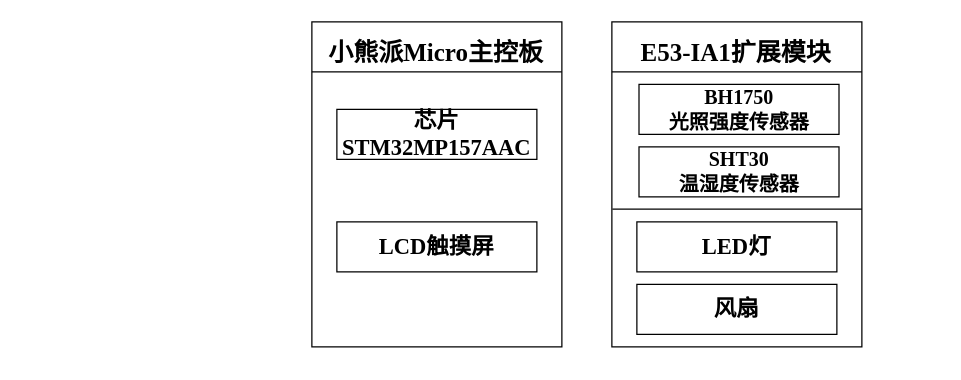
Earlier version of the draw.io diagram 5.硬件整体图.drawio (GaoXiaoLon/DrawIO). Source tidied: cells renumbered, new cells numbered last; positions are measured from the earlier drawing's top-left corner, leaving out a move shared by most shapes. Both pictures are drawn from the tidied source at 125%, with x=0, y=0 at pixel (311, 21).
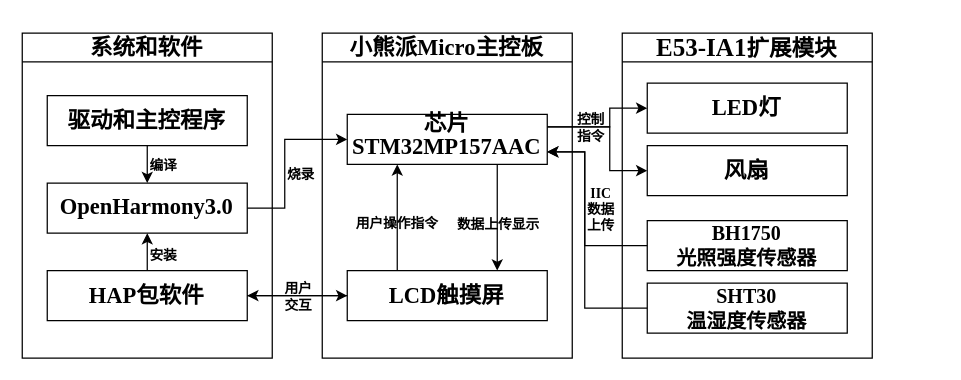
The same diagram, later.

Commit message (it also covers changes not shown here):
更新5.硬件整体图.drawio

The edit, as a diff of the source:
```diff
@@
-    <mxCell id="2" style="rounded=0;whiteSpace=wrap;html=1;fontStyle=1;fillColor=none;" parent="1" vertex="1">
-      <mxGeometry width="200" height="260" as="geometry" />
-    </mxCell>
-    <mxCell id="3" value="&lt;span style=&quot;font-family: 宋体; font-size: 20px; font-weight: 700;&quot;&gt;小熊派&lt;/span&gt;&lt;span style=&quot;font-size: 20px; font-weight: 700;&quot;&gt;&lt;font face=&quot;Times New Roman&quot;&gt;Micro&lt;/font&gt;&lt;/span&gt;&lt;span style=&quot;font-family: 宋体; font-size: 20px; font-weight: 700;&quot;&gt;主控板&lt;/span&gt;" style="text;html=1;align=center;verticalAlign=middle;whiteSpace=wrap;rounded=0;" parent="1" vertex="1">
-      <mxGeometry x="8.3" y="9" width="183.3" height="30" as="geometry" />
+    <mxCell id="3" value="&lt;font style=&quot;font-size: 18px;&quot;&gt;&lt;span style=&quot;font-family: 宋体;&quot;&gt;小熊派&lt;/span&gt;&lt;font style=&quot;font-size: 18px;&quot; face=&quot;Times New Roman&quot;&gt;Micro&lt;/font&gt;&lt;span style=&quot;font-family: 宋体;&quot;&gt;主控板&lt;/span&gt;&lt;/font&gt;" style="swimlane;whiteSpace=wrap;html=1;" parent="1" vertex="1">
+      <mxGeometry x="8.3" y="9" width="200" height="260" as="geometry" />
     </mxCell>
+    <mxCell id="17" style="edgeStyle=orthogonalEdgeStyle;rounded=0;jettySize=auto;html=1;exitX=0.75;exitY=1;exitDx=0;exitDy=0;entryX=0.75;entryY=0;entryDx=0;entryDy=0;" parent="3" edge="1" source="4" target="5">
+      <mxGeometry relative="1" as="geometry" />
+    </mxCell>
+    <mxCell id="18" value="数据上传显示" style="edgeLabel;html=1;align=center;verticalAlign=middle;labelBackgroundColor=none;fontFamily=宋体;fontStyle=1;" parent="17" vertex="1">
+      <mxGeometry x="0.12" y="1" relative="1" as="geometry">
+        <mxPoint x="-1" y="-1" as="offset" />
+      </mxGeometry>
+    </mxCell>
-    <mxCell id="4" value="&lt;div&gt;&lt;span lang=&quot;EN-US&quot; style=&quot;&quot;&gt;&lt;font face=&quot;宋体&quot; style=&quot;font-size: 18px;&quot;&gt;芯片&lt;/font&gt;&lt;/span&gt;&lt;/div&gt;&lt;span lang=&quot;EN-US&quot; style=&quot;&quot;&gt;&lt;font face=&quot;Times New Roman&quot; style=&quot;font-size: 18px;&quot;&gt;STM32MP157AAC&lt;/font&gt;&lt;/span&gt;" style="rounded=0;whiteSpace=wrap;html=1;fontStyle=1;" parent="1" vertex="1">
-      <mxGeometry x="20" y="70" width="160" height="40" as="geometry" />
+    <mxCell id="4" value="&lt;div style=&quot;line-height: 90%;&quot;&gt;&lt;span lang=&quot;EN-US&quot; style=&quot;&quot;&gt;&lt;font face=&quot;宋体&quot; style=&quot;font-size: 18px;&quot;&gt;芯片&lt;/font&gt;&lt;/span&gt;&lt;/div&gt;&lt;span lang=&quot;EN-US&quot; style=&quot;&quot;&gt;&lt;font face=&quot;Times New Roman&quot; style=&quot;font-size: 18px;&quot;&gt;STM32MP157AAC&lt;/font&gt;&lt;/span&gt;" style="rounded=0;whiteSpace=wrap;html=1;fontStyle=1;fillColor=none;" parent="3" vertex="1">
+      <mxGeometry x="20" y="65" width="160" height="40" as="geometry" />
     </mxCell>
+    <mxCell id="19" style="edgeStyle=orthogonalEdgeStyle;rounded=0;jettySize=auto;html=1;exitX=0.25;exitY=0;exitDx=0;exitDy=0;entryX=0.25;entryY=1;entryDx=0;entryDy=0;" parent="3" edge="1" source="5" target="4">
+      <mxGeometry relative="1" as="geometry" />
+    </mxCell>
+    <mxCell id="20" value="用户操作指令" style="edgeLabel;html=1;align=center;verticalAlign=middle;labelBackgroundColor=none;fontFamily=宋体;fontStyle=1;" parent="19" vertex="1">
+      <mxGeometry x="-0.08" relative="1" as="geometry">
+        <mxPoint x="-1" as="offset" />
+      </mxGeometry>
+    </mxCell>
-    <mxCell id="5" value="&lt;font style=&quot;font-size: 18px;&quot;&gt;&lt;font face=&quot;Times New Roman&quot;&gt;LCD&lt;/font&gt;&lt;font face=&quot;宋体&quot;&gt;触摸屏&lt;/font&gt;&lt;/font&gt;" style="rounded=0;whiteSpace=wrap;html=1;fontStyle=1;" parent="1" vertex="1">
-      <mxGeometry x="20" y="160" width="160" height="40" as="geometry" />
+    <mxCell id="5" value="&lt;font style=&quot;font-size: 18px;&quot;&gt;&lt;font face=&quot;Times New Roman&quot;&gt;LCD&lt;/font&gt;&lt;font face=&quot;宋体&quot;&gt;触摸屏&lt;/font&gt;&lt;/font&gt;" style="rounded=0;whiteSpace=wrap;html=1;fontStyle=1;fillColor=none;" parent="3" vertex="1">
+      <mxGeometry x="20" y="190" width="160" height="40" as="geometry" />
     </mxCell>
+    <mxCell id="13" value="&lt;b style=&quot;font-size: 20px;&quot;&gt;&lt;font face=&quot;Times New Roman&quot;&gt;E53-IA1&lt;/font&gt;&lt;font style=&quot;font-size: 18px;&quot; face=&quot;宋体&quot;&gt;扩展模块&lt;/font&gt;&lt;/b&gt;" style="swimlane;whiteSpace=wrap;html=1;startSize=23;" parent="1" vertex="1">
+      <mxGeometry x="248.3" y="9" width="200" height="260" as="geometry" />
+    </mxCell>
-    <mxCell id="6" value="&lt;span style=&quot;font-size:12.0pt;font-family:&lt;br/&gt;&amp;quot;Times New Roman&amp;quot;,serif;mso-fareast-font-family:宋体;mso-bidi-theme-font:minor-bidi;&lt;br/&gt;mso-ansi-language:EN-US;mso-fareast-language:ZH-CN;mso-bidi-language:AR-SA&quot; lang=&quot;EN-US&quot;&gt;&lt;font face=&quot;Times New Roman&quot;&gt;SHT30&lt;/font&gt;&lt;/span&gt;&lt;div&gt;&lt;span style=&quot;font-size:12.0pt;font-family:宋体;mso-ascii-font-family:&amp;quot;Times New Roman&amp;quot;;&lt;br/&gt;mso-hansi-font-family:&amp;quot;Times New Roman&amp;quot;;mso-bidi-font-family:&amp;quot;Times New Roman&amp;quot;;&lt;br/&gt;mso-bidi-theme-font:minor-bidi;mso-ansi-language:EN-US;mso-fareast-language:&lt;br/&gt;ZH-CN;mso-bidi-language:AR-SA&quot;&gt;温湿度传感器&lt;/span&gt;&lt;/div&gt;" style="rounded=0;whiteSpace=wrap;html=1;fontStyle=1;" parent="1" vertex="1">
-      <mxGeometry x="261.7" y="100" width="160" height="40" as="geometry" />
+    <mxCell id="6" value="&lt;span style=&quot;font-size:12.0pt;font-family:&lt;br/&gt;&amp;quot;Times New Roman&amp;quot;,serif;mso-fareast-font-family:宋体;mso-bidi-theme-font:minor-bidi;&lt;br/&gt;mso-ansi-language:EN-US;mso-fareast-language:ZH-CN;mso-bidi-language:AR-SA&quot; lang=&quot;EN-US&quot;&gt;&lt;font face=&quot;Times New Roman&quot;&gt;SHT30&lt;/font&gt;&lt;/span&gt;&lt;div&gt;&lt;span style=&quot;font-size:12.0pt;font-family:宋体;mso-ascii-font-family:&amp;quot;Times New Roman&amp;quot;;&lt;br/&gt;mso-hansi-font-family:&amp;quot;Times New Roman&amp;quot;;mso-bidi-font-family:&amp;quot;Times New Roman&amp;quot;;&lt;br/&gt;mso-bidi-theme-font:minor-bidi;mso-ansi-language:EN-US;mso-fareast-language:&lt;br/&gt;ZH-CN;mso-bidi-language:AR-SA&quot;&gt;温湿度传感器&lt;/span&gt;&lt;/div&gt;" style="rounded=0;whiteSpace=wrap;html=1;fontStyle=1;fillColor=none;" parent="13" vertex="1">
+      <mxGeometry x="20" y="200" width="160" height="40" as="geometry" />
     </mxCell>
-    <mxCell id="7" value="&lt;span style=&quot;font-size: 12pt;&quot; lang=&quot;EN-US&quot;&gt;&lt;font face=&quot;Times New Roman&quot;&gt;BH1750&lt;/font&gt;&lt;/span&gt;&lt;div&gt;&lt;span style=&quot;font-size:12.0pt;font-family:宋体;mso-ascii-font-family:&amp;quot;Times New Roman&amp;quot;;&lt;br/&gt;mso-hansi-font-family:&amp;quot;Times New Roman&amp;quot;;mso-bidi-font-family:&amp;quot;Times New Roman&amp;quot;;&lt;br/&gt;mso-bidi-theme-font:minor-bidi;mso-ansi-language:EN-US;mso-fareast-language:&lt;br/&gt;ZH-CN;mso-bidi-language:AR-SA&quot;&gt;光照强度传感器&lt;/span&gt;&lt;br&gt;&lt;/div&gt;" style="rounded=0;whiteSpace=wrap;html=1;fontStyle=1;" parent="1" vertex="1">
-      <mxGeometry x="261.7" y="50" width="160" height="40" as="geometry" />
+    <mxCell id="7" value="&lt;span style=&quot;font-size: 12pt;&quot; lang=&quot;EN-US&quot;&gt;&lt;font face=&quot;Times New Roman&quot;&gt;BH1750&lt;/font&gt;&lt;/span&gt;&lt;div&gt;&lt;span style=&quot;font-size:12.0pt;font-family:宋体;mso-ascii-font-family:&amp;quot;Times New Roman&amp;quot;;&lt;br/&gt;mso-hansi-font-family:&amp;quot;Times New Roman&amp;quot;;mso-bidi-font-family:&amp;quot;Times New Roman&amp;quot;;&lt;br/&gt;mso-bidi-theme-font:minor-bidi;mso-ansi-language:EN-US;mso-fareast-language:&lt;br/&gt;ZH-CN;mso-bidi-language:AR-SA&quot;&gt;光照强度传感器&lt;/span&gt;&lt;br&gt;&lt;/div&gt;" style="rounded=0;whiteSpace=wrap;html=1;fontStyle=1;fillColor=none;" parent="13" vertex="1">
+      <mxGeometry x="20" y="150" width="160" height="40" as="geometry" />
     </mxCell>
-    <mxCell id="8" value="&lt;font style=&quot;font-size: 18px;&quot; face=&quot;Times New Roman&quot;&gt;LED&lt;/font&gt;&lt;font style=&quot;font-size: 18px;&quot; face=&quot;宋体&quot;&gt;灯&lt;/font&gt;" style="rounded=0;whiteSpace=wrap;html=1;fontStyle=1;" parent="1" vertex="1">
-      <mxGeometry x="260" y="160" width="160" height="40" as="geometry" />
+    <mxCell id="8" value="&lt;font style=&quot;font-size: 18px;&quot; face=&quot;Times New Roman&quot;&gt;LED&lt;/font&gt;&lt;font style=&quot;font-size: 18px;&quot; face=&quot;宋体&quot;&gt;灯&lt;/font&gt;" style="rounded=0;whiteSpace=wrap;html=1;fontStyle=1;fillColor=none;" parent="13" vertex="1">
+      <mxGeometry x="20" y="40" width="160" height="40" as="geometry" />
     </mxCell>
-    <mxCell id="9" value="&lt;span style=&quot;font-size: 18px;&quot;&gt;&lt;font face=&quot;宋体&quot;&gt;风扇&lt;/font&gt;&lt;/span&gt;" style="rounded=0;whiteSpace=wrap;html=1;fontStyle=1;" parent="1" vertex="1">
-      <mxGeometry x="260" y="210" width="160" height="40" as="geometry" />
+    <mxCell id="9" value="&lt;span style=&quot;font-size: 18px;&quot;&gt;&lt;font face=&quot;宋体&quot;&gt;风扇&lt;/font&gt;&lt;/span&gt;" style="rounded=0;whiteSpace=wrap;html=1;fontStyle=1;fillColor=none;" parent="13" vertex="1">
+      <mxGeometry x="20" y="90" width="160" height="40" as="geometry" />
     </mxCell>
-    <mxCell id="10" style="group;" parent="1" vertex="1">
-      <mxGeometry x="240" width="261.7" height="260" as="geometry" />
-    </mxCell>
-    <mxCell id="11" style="group;" parent="10" vertex="1">
-      <mxGeometry width="261.7" height="260" as="geometry" />
-    </mxCell>
-    <mxCell id="12" style="endArrow=none;html=1;rounded=0;entryX=1;entryY=0.576;entryDx=0;entryDy=0;entryPerimeter=0;exitX=0.002;exitY=0.576;exitDx=0;exitDy=0;exitPerimeter=0;" parent="11" edge="1">
-      <mxGeometry relative="1" as="geometry">
-        <mxPoint y="40" as="sourcePoint" />
-        <mxPoint x="200" y="40" as="targetPoint" />
-      </mxGeometry>
-    </mxCell>
-    <mxCell id="13" value="&lt;span style=&quot;font-size: 20px;&quot;&gt;&lt;b style=&quot;&quot;&gt;&lt;font face=&quot;Times New Roman&quot;&gt;E53-IA1&lt;/font&gt;&lt;font face=&quot;宋体&quot;&gt;扩展模块&lt;/font&gt;&lt;/b&gt;&lt;/span&gt;" style="text;html=1;align=center;verticalAlign=middle;whiteSpace=wrap;rounded=0;" parent="11" vertex="1">
-      <mxGeometry x="8.3" y="9" width="183.3" height="30" as="geometry" />
-    </mxCell>
-    <mxCell id="14" style="rounded=0;whiteSpace=wrap;html=1;fontStyle=1;fillColor=none;" parent="11" vertex="1">
-      <mxGeometry width="200" height="260" as="geometry" />
-    </mxCell>
-    <mxCell id="15" style="endArrow=none;html=1;rounded=0;entryX=1;entryY=0.576;entryDx=0;entryDy=0;entryPerimeter=0;exitX=0.002;exitY=0.576;exitDx=0;exitDy=0;exitPerimeter=0;" parent="11" edge="1" source="14" target="14">
-      <mxGeometry relative="1" as="geometry" />
-    </mxCell>
-    <mxCell id="16" style="endArrow=none;html=1;rounded=0;entryX=1;entryY=0.576;entryDx=0;entryDy=0;entryPerimeter=0;exitX=0.002;exitY=0.576;exitDx=0;exitDy=0;exitPerimeter=0;" parent="1" edge="1">
-      <mxGeometry relative="1" as="geometry">
-        <mxPoint y="40" as="sourcePoint" />
-        <mxPoint x="200" y="40" as="targetPoint" />
-      </mxGeometry>
-    </mxCell>
+    <mxCell id="21" value="&lt;font style=&quot;font-size: 18px;&quot; face=&quot;宋体&quot;&gt;系统和软件&lt;/font&gt;" style="swimlane;whiteSpace=wrap;html=1;" parent="1" vertex="1">
+      <mxGeometry x="-231.7" y="9" width="200" height="260" as="geometry" />
+    </mxCell>
+    <mxCell id="22" value="&lt;div style=&quot;line-height: 90%;&quot;&gt;&lt;span style=&quot;font-size: 18px;&quot;&gt;&lt;font face=&quot;Times New Roman&quot;&gt;OpenHarmony3.0&lt;/font&gt;&lt;/span&gt;&lt;/div&gt;" style="rounded=0;whiteSpace=wrap;html=1;fontStyle=1;fillColor=none;" parent="21" vertex="1">
+      <mxGeometry x="20" y="120" width="160" height="40" as="geometry" />
+    </mxCell>
+    <mxCell id="23" style="edgeStyle=orthogonalEdgeStyle;rounded=0;jettySize=auto;html=1;exitX=0.5;exitY=0;exitDx=0;exitDy=0;entryX=0.5;entryY=1;entryDx=0;entryDy=0;" parent="21" edge="1" source="25" target="22">
+      <mxGeometry relative="1" as="geometry" />
+    </mxCell>
+    <mxCell id="24" value="安装" style="edgeLabel;html=1;align=center;verticalAlign=middle;labelBackgroundColor=none;fontFamily=宋体;fontStyle=1;" parent="23" vertex="1">
+      <mxGeometry x="-0.18" y="-2" relative="1" as="geometry">
+        <mxPoint x="10" y="-1" as="offset" />
+      </mxGeometry>
+    </mxCell>
+    <mxCell id="25" value="&lt;span style=&quot;font-size: 18px;&quot;&gt;&lt;font face=&quot;Times New Roman&quot;&gt;HAP&lt;/font&gt;&lt;font face=&quot;宋体&quot;&gt;包软件&lt;/font&gt;&lt;/span&gt;" style="rounded=0;whiteSpace=wrap;html=1;fontStyle=1;fillColor=none;" parent="21" vertex="1">
+      <mxGeometry x="20" y="190" width="160" height="40" as="geometry" />
+    </mxCell>
+    <mxCell id="26" style="edgeStyle=orthogonalEdgeStyle;rounded=0;jettySize=auto;html=1;exitX=0.5;exitY=1;exitDx=0;exitDy=0;entryX=0.5;entryY=0;entryDx=0;entryDy=0;" parent="21" edge="1" source="28" target="22">
+      <mxGeometry relative="1" as="geometry" />
+    </mxCell>
+    <mxCell id="27" value="编译" style="edgeLabel;html=1;align=center;verticalAlign=middle;labelBackgroundColor=none;fontFamily=宋体;fontStyle=1;" parent="26" vertex="1">
+      <mxGeometry x="-0.16" y="-1" relative="1" as="geometry">
+        <mxPoint x="13" y="2" as="offset" />
+      </mxGeometry>
+    </mxCell>
+    <mxCell id="28" value="&lt;span style=&quot;font-size: 18px;&quot;&gt;&lt;font face=&quot;宋体&quot;&gt;驱动和主控程序&lt;/font&gt;&lt;/span&gt;" style="rounded=0;whiteSpace=wrap;html=1;fontStyle=1;fillColor=none;" parent="21" vertex="1">
+      <mxGeometry x="20" y="50" width="160" height="40" as="geometry" />
+    </mxCell>
+    <mxCell id="29" style="edgeStyle=orthogonalEdgeStyle;rounded=0;jettySize=auto;html=1;exitX=1;exitY=0.5;exitDx=0;exitDy=0;entryX=0;entryY=0.5;entryDx=0;entryDy=0;" parent="1" edge="1" source="22" target="4">
+      <mxGeometry relative="1" as="geometry">
+        <Array as="points">
+          <mxPoint x="-21.7" y="149" />
+          <mxPoint x="-21.7" y="94" />
+        </Array>
+      </mxGeometry>
+    </mxCell>
+    <mxCell id="30" value="烧录" style="edgeLabel;html=1;align=center;verticalAlign=middle;labelBackgroundColor=none;fontFamily=宋体;fontStyle=1;" parent="29" vertex="1">
+      <mxGeometry x="-0.06" y="1" relative="1" as="geometry">
+        <mxPoint x="13" y="6" as="offset" />
+      </mxGeometry>
+    </mxCell>
+    <mxCell id="31" style="edgeStyle=orthogonalEdgeStyle;rounded=0;jettySize=auto;html=1;exitX=0;exitY=0.5;exitDx=0;exitDy=0;entryX=1;entryY=0.75;entryDx=0;entryDy=0;" parent="1" edge="1" source="7" target="4">
+      <mxGeometry relative="1" as="geometry">
+        <Array as="points">
+          <mxPoint x="218.3" y="179" />
+          <mxPoint x="218.3" y="104" />
+        </Array>
+      </mxGeometry>
+    </mxCell>
+    <mxCell id="32" style="edgeStyle=orthogonalEdgeStyle;rounded=0;jettySize=auto;html=1;exitX=1;exitY=0.25;exitDx=0;exitDy=0;entryX=0;entryY=0.5;entryDx=0;entryDy=0;" parent="1" edge="1" source="4" target="8">
+      <mxGeometry relative="1" as="geometry">
+        <Array as="points">
+          <mxPoint x="238.3" y="84" />
+          <mxPoint x="238.3" y="69" />
+        </Array>
+      </mxGeometry>
+    </mxCell>
+    <mxCell id="33" style="edgeStyle=orthogonalEdgeStyle;rounded=0;jettySize=auto;html=1;exitX=1;exitY=0.25;exitDx=0;exitDy=0;entryX=0;entryY=0.5;entryDx=0;entryDy=0;" parent="1" edge="1" source="4" target="9">
+      <mxGeometry relative="1" as="geometry">
+        <Array as="points">
+          <mxPoint x="238.3" y="84" />
+          <mxPoint x="238.3" y="119" />
+        </Array>
+      </mxGeometry>
+    </mxCell>
+    <mxCell id="34" value="控制&lt;div&gt;指令&lt;/div&gt;" style="edgeLabel;html=1;align=center;verticalAlign=middle;labelBackgroundColor=none;fontFamily=宋体;fontStyle=1;" parent="33" vertex="1">
+      <mxGeometry x="-0.44" relative="1" as="geometry">
+        <mxPoint x="2" as="offset" />
+      </mxGeometry>
+    </mxCell>
+    <mxCell id="35" style="edgeStyle=orthogonalEdgeStyle;rounded=0;jettySize=auto;html=1;exitX=0;exitY=0.5;exitDx=0;exitDy=0;entryX=1;entryY=0.75;entryDx=0;entryDy=0;" parent="1" edge="1" source="6" target="4">
+      <mxGeometry relative="1" as="geometry">
+        <Array as="points">
+          <mxPoint x="218.3" y="229" />
+          <mxPoint x="218.3" y="104" />
+        </Array>
+      </mxGeometry>
+    </mxCell>
+    <mxCell id="36" value="&lt;font face=&quot;Times New Roman&quot;&gt;IIC&lt;/font&gt;&lt;div&gt;数据&lt;/div&gt;&lt;div&gt;上传&lt;/div&gt;" style="edgeLabel;html=1;align=center;verticalAlign=middle;labelBackgroundColor=none;fontFamily=宋体;fontStyle=1;" parent="35" vertex="1">
+      <mxGeometry x="0.32" relative="1" as="geometry">
+        <mxPoint x="12" y="5" as="offset" />
+      </mxGeometry>
+    </mxCell>
+    <mxCell id="37" style="edgeStyle=orthogonalEdgeStyle;rounded=0;jettySize=auto;html=1;exitX=1;exitY=0.5;exitDx=0;exitDy=0;entryX=0;entryY=0.5;entryDx=0;entryDy=0;" parent="1" edge="1" source="25" target="5">
+      <mxGeometry relative="1" as="geometry" />
+    </mxCell>
+    <mxCell id="38" style="edgeStyle=orthogonalEdgeStyle;rounded=0;jettySize=auto;html=1;exitX=0;exitY=0.5;exitDx=0;exitDy=0;entryX=1;entryY=0.5;entryDx=0;entryDy=0;" parent="1" edge="1" source="5" target="25">
+      <mxGeometry relative="1" as="geometry" />
+    </mxCell>
+    <mxCell id="39" value="用户&lt;div&gt;交互&lt;/div&gt;" style="edgeLabel;html=1;align=center;verticalAlign=middle;labelBackgroundColor=none;fontFamily=宋体;fontStyle=1;" parent="38" vertex="1">
+      <mxGeometry x="0.01" y="-2" relative="1" as="geometry">
+        <mxPoint y="2" as="offset" />
+      </mxGeometry>
+    </mxCell>
```
